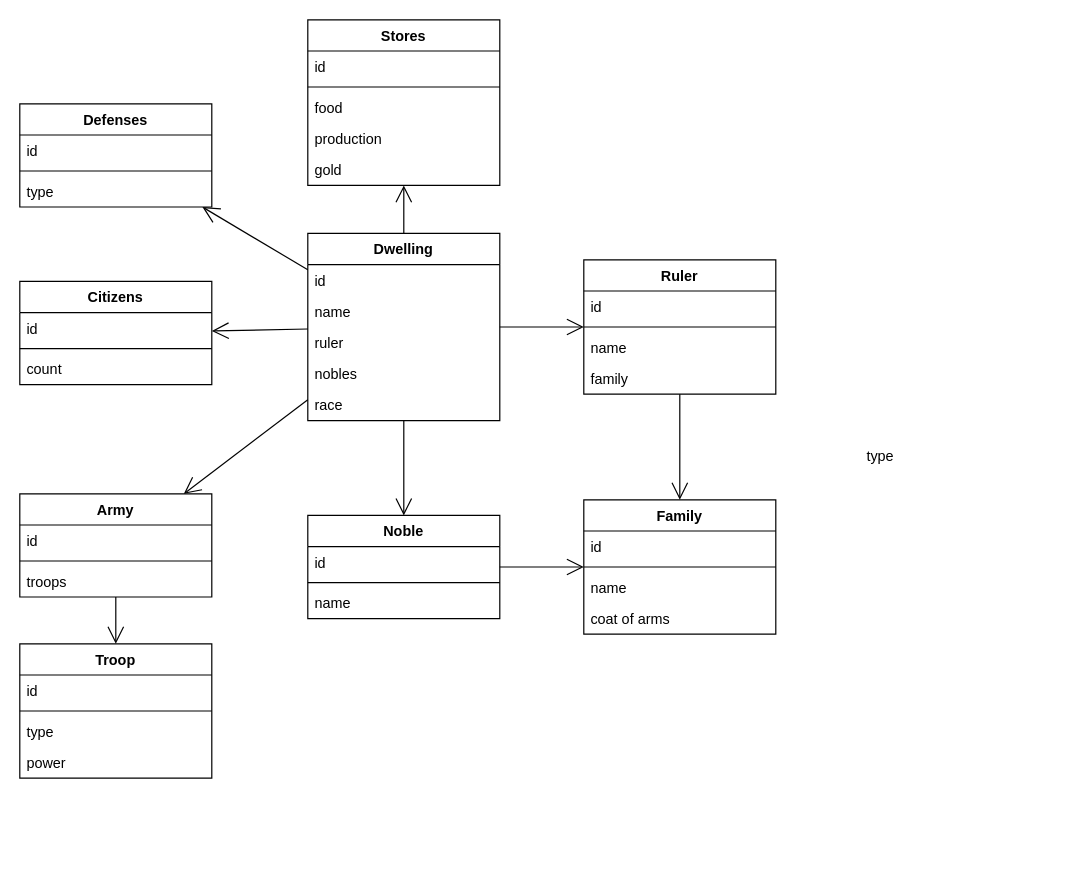
Above: _designs/city_army.drawio in Oglop/RPGSim_r2 (draw.io), before the change. Source tidied: cells renumbered, new cells numbered last; positions are measured from the earlier drawing's top-left corner, leaving out a move shared by most shapes. Both pictures are drawn from the tidied source at 120%, with x=0, y=0 at pixel (19, 19).
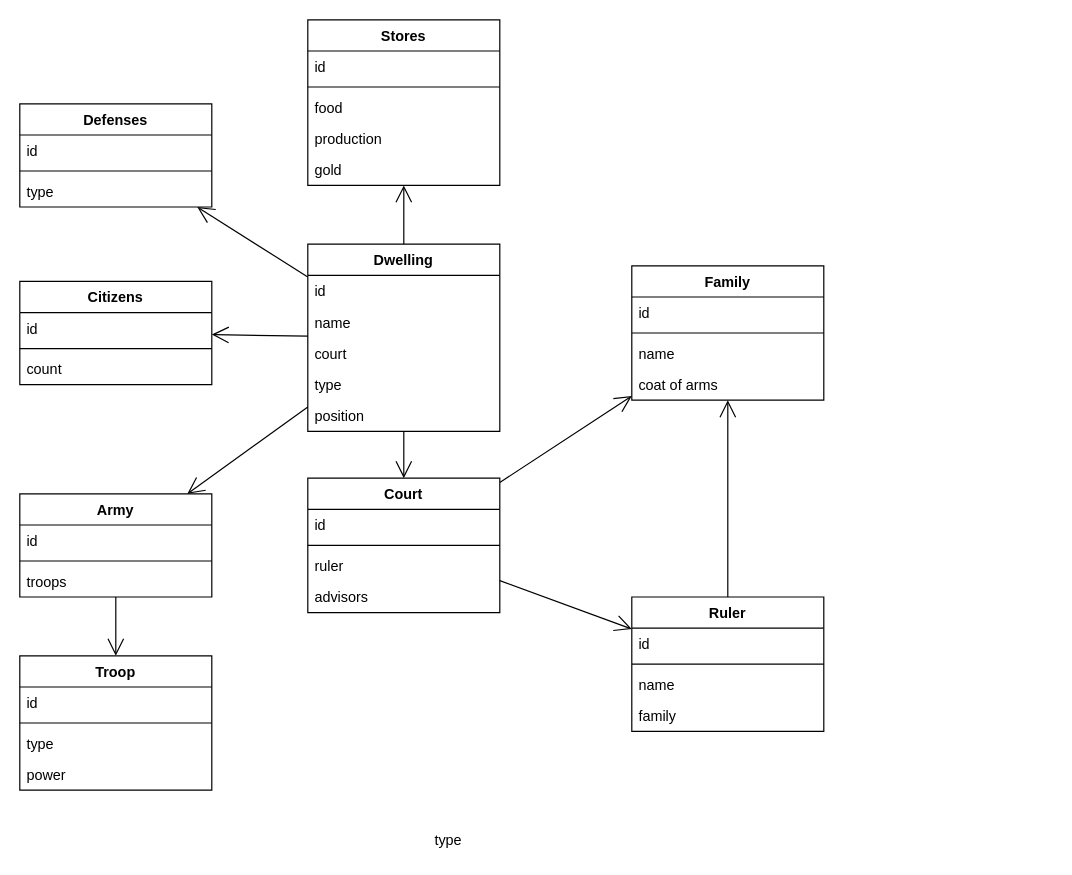
After the change.

The edit, as a diff of the source:
```diff
@@
     <mxCell id="2" value="Dwelling" style="swimlane;fontStyle=1;align=center;verticalAlign=top;horizontal=1;startSize=26;" parent="1" vertex="1">
-      <mxGeometry x="240" y="178" width="160" height="156" as="geometry" />
+      <mxGeometry x="240" y="187" width="160" height="156" as="geometry" />
     </mxCell>
@@
-    <mxCell id="5" value="ruler" style="text;strokeColor=none;fillColor=none;align=left;verticalAlign=top;spacingLeft=4;spacingRight=4;overflow=hidden;" parent="2" vertex="1">
+    <mxCell id="5" value="court" style="text;strokeColor=none;fillColor=none;align=left;verticalAlign=top;spacingLeft=4;spacingRight=4;overflow=hidden;" parent="2" vertex="1">
       <mxGeometry y="78" width="160" height="26" as="geometry" />
     </mxCell>
-    <mxCell id="6" value="nobles" style="text;strokeColor=none;fillColor=none;align=left;verticalAlign=top;spacingLeft=4;spacingRight=4;overflow=hidden;" parent="2" vertex="1">
-      <mxGeometry y="104" width="160" height="26" as="geometry" />
-    </mxCell>
-    <mxCell id="7" value="race" style="text;strokeColor=none;fillColor=none;align=left;verticalAlign=top;spacingLeft=4;spacingRight=4;overflow=hidden;" parent="2" vertex="1">
-      <mxGeometry y="130" width="160" height="26" as="geometry" />
+    <mxCell id="7" value="type" style="text;strokeColor=none;fillColor=none;align=left;verticalAlign=top;spacingLeft=4;spacingRight=4;overflow=hidden;" parent="2" vertex="1">
+      <mxGeometry y="104" width="160" height="26" as="geometry" />
     </mxCell>
+    <mxCell id="55" value="position" style="text;strokeColor=none;fillColor=none;align=left;verticalAlign=top;spacingLeft=4;spacingRight=4;overflow=hidden;" parent="2" vertex="1">
+      <mxGeometry y="130" width="160" height="26" as="geometry" />
+    </mxCell>
     <mxCell id="8" value="Ruler" style="swimlane;fontStyle=1;align=center;verticalAlign=top;horizontal=1;startSize=26;" parent="1" vertex="1">
-      <mxGeometry x="470" y="200" width="160" height="112" as="geometry" />
+      <mxGeometry x="510" y="481" width="160" height="112" as="geometry" />
     </mxCell>
@@
     <mxCell id="13" value="Family" style="swimlane;fontStyle=1;align=center;verticalAlign=top;horizontal=1;startSize=26;" parent="1" vertex="1">
-      <mxGeometry x="470" y="400" width="160" height="112" as="geometry" />
+      <mxGeometry x="510" y="205" width="160" height="112" as="geometry" />
     </mxCell>
@@
     <mxCell id="22" value="Troop" style="swimlane;fontStyle=1;align=center;verticalAlign=top;horizontal=1;startSize=26;" parent="1" vertex="1">
-      <mxGeometry y="520" width="160" height="112" as="geometry" />
+      <mxGeometry y="530" width="160" height="112" as="geometry" />
     </mxCell>
@@
-    <mxCell id="27" value="Noble" style="swimlane;fontStyle=1;align=center;verticalAlign=top;horizontal=1;startSize=26;" parent="1" vertex="1">
-      <mxGeometry x="240" y="413" width="160" height="86" as="geometry" />
-    </mxCell>
-    <mxCell id="28" value="id" style="text;strokeColor=none;fillColor=none;align=left;verticalAlign=top;spacingLeft=4;spacingRight=4;overflow=hidden;" parent="27" vertex="1">
-      <mxGeometry y="26" width="160" height="26" as="geometry" />
-    </mxCell>
-    <mxCell id="29" style="line;strokeWidth=1;fillColor=none;align=left;verticalAlign=middle;spacingTop=-1;spacingLeft=3;spacingRight=3;labelPosition=right;" parent="27" vertex="1">
-      <mxGeometry y="52" width="160" height="8" as="geometry" />
-    </mxCell>
-    <mxCell id="30" value="name" style="text;strokeColor=none;fillColor=none;align=left;verticalAlign=top;spacingLeft=4;spacingRight=4;overflow=hidden;" parent="27" vertex="1">
-      <mxGeometry y="60" width="160" height="26" as="geometry" />
-    </mxCell>
     <mxCell id="31" value="type" style="text;strokeColor=none;fillColor=none;align=left;verticalAlign=top;spacingLeft=4;spacingRight=4;overflow=hidden;" parent="1" vertex="1">
-      <mxGeometry x="700" y="350" width="160" height="26" as="geometry" />
+      <mxGeometry x="340" y="670" width="160" height="26" as="geometry" />
     </mxCell>
@@
-    <mxCell id="37" style="endArrow=open;endFill=1;endSize=12;html=1;rounded=0;" parent="1" edge="1" source="2" target="8">
-      <mxGeometry relative="1" as="geometry" />
-    </mxCell>
@@
-    <mxCell id="39" style="endArrow=open;endFill=1;endSize=12;html=1;rounded=0;" parent="1" edge="1" source="2" target="27">
-      <mxGeometry relative="1" as="geometry" />
-    </mxCell>
-    <mxCell id="40" style="endArrow=open;endFill=1;endSize=12;html=1;rounded=0;" parent="1" edge="1" source="27" target="13">
+    <mxCell id="40" style="endArrow=open;endFill=1;endSize=12;html=1;rounded=0;" parent="1" edge="1" source="56" target="13">
       <mxGeometry relative="1" as="geometry" />
     </mxCell>
@@
+    <mxCell id="56" value="Court" style="swimlane;fontStyle=1;align=center;verticalAlign=top;horizontal=1;startSize=26;" parent="1" vertex="1">
+      <mxGeometry x="240" y="382" width="160" height="112" as="geometry" />
+    </mxCell>
+    <mxCell id="28" value="id" style="text;strokeColor=none;fillColor=none;align=left;verticalAlign=top;spacingLeft=4;spacingRight=4;overflow=hidden;" parent="56" vertex="1">
+      <mxGeometry y="26" width="160" height="26" as="geometry" />
+    </mxCell>
+    <mxCell id="29" style="line;strokeWidth=1;fillColor=none;align=left;verticalAlign=middle;spacingTop=-1;spacingLeft=3;spacingRight=3;labelPosition=right;" parent="56" vertex="1">
+      <mxGeometry y="52" width="160" height="8" as="geometry" />
+    </mxCell>
+    <mxCell id="57" value="ruler" style="text;strokeColor=none;fillColor=none;align=left;verticalAlign=top;spacingLeft=4;spacingRight=4;overflow=hidden;" parent="56" vertex="1">
+      <mxGeometry y="60" width="160" height="26" as="geometry" />
+    </mxCell>
+    <mxCell id="58" value="advisors" style="text;strokeColor=none;fillColor=none;align=left;verticalAlign=top;spacingLeft=4;spacingRight=4;overflow=hidden;" parent="56" vertex="1">
+      <mxGeometry y="86" width="160" height="26" as="geometry" />
+    </mxCell>
+    <mxCell id="59" style="endArrow=open;endFill=1;endSize=12;html=1;rounded=0;" parent="1" edge="1" source="56" target="8">
+      <mxGeometry relative="1" as="geometry" />
+    </mxCell>
+    <mxCell id="60" style="endArrow=open;endFill=1;endSize=12;html=1;rounded=0;" parent="1" edge="1" source="2" target="56">
+      <mxGeometry relative="1" as="geometry" />
+    </mxCell>
```
